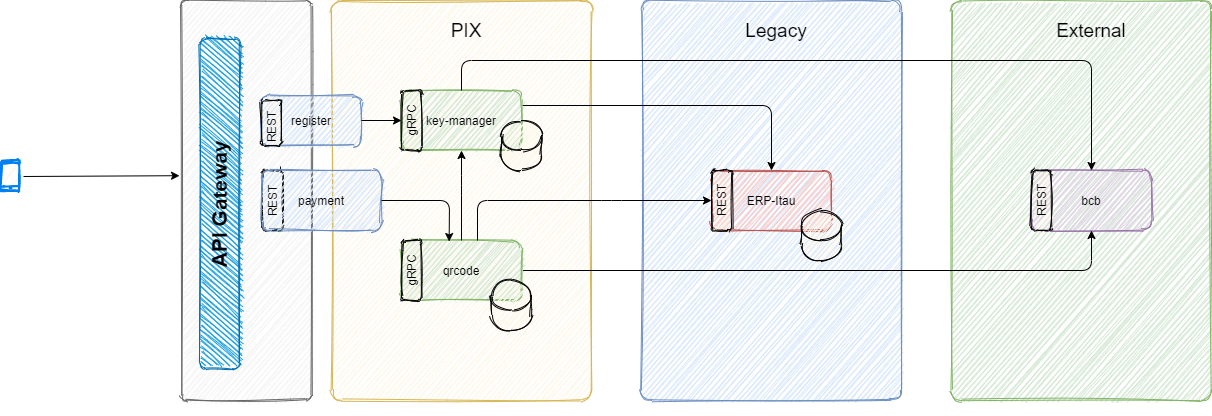
The draw.io diagram recursos/diagramas/PIX.png in rafaellavaccarizup/orange-stack-documentacao, before a commit. Source tidied: cells renumbered, new cells last; positions are measured from the earlier drawing's top-left corner, leaving out a move shared by most shapes.
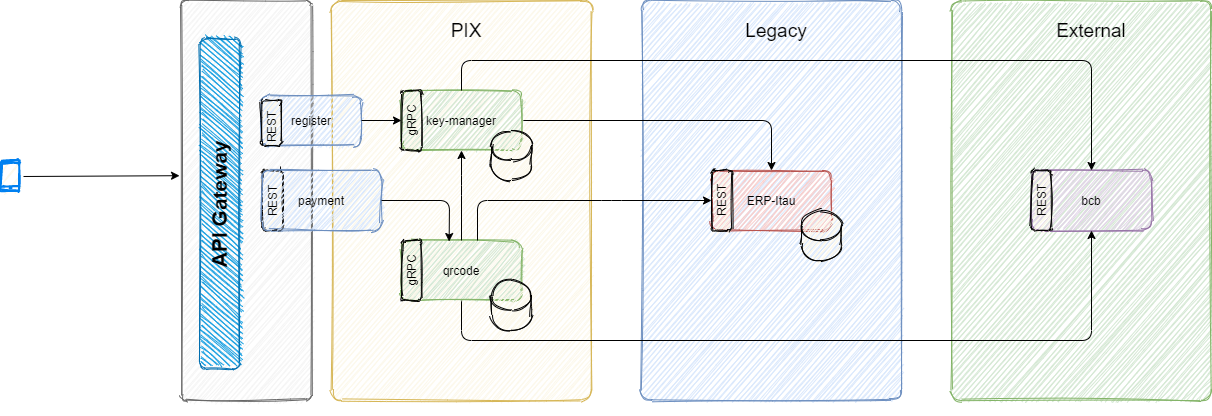
After the change.

Commit message:
ajusta diagrama do PIX novamente;

Diff of the diagram source:
```diff
@@ -20,7 +20,7 @@
     <mxCell id="7" style="rounded=1;whiteSpace=wrap;html=1;arcSize=4;strokeColor=#d6b656;fillColor=#FCF8EB;sketch=1;" parent="1" vertex="1">
       <mxGeometry x="330" width="260" height="400" as="geometry" />
     </mxCell>
-    <mxCell id="8" style="edgeStyle=orthogonalEdgeStyle;rounded=1;jettySize=auto;html=1;exitX=1;exitY=0.25;exitDx=0;exitDy=0;" parent="1" edge="1" source="9" target="13">
+    <mxCell id="8" style="edgeStyle=orthogonalEdgeStyle;rounded=1;jettySize=auto;html=1;exitX=1;exitY=0.5;exitDx=0;exitDy=0;" parent="1" edge="1" source="9" target="13">
       <mxGeometry relative="1" as="geometry" />
     </mxCell>
     <mxCell id="9" value="key-manager" style="rounded=1;whiteSpace=wrap;html=1;fillColor=#d5e8d4;strokeColor=#82b366;sketch=1;" parent="1" vertex="1">
@@ -29,8 +29,13 @@
     <mxCell id="10" value="bcb" style="rounded=1;whiteSpace=wrap;html=1;fillColor=#e1d5e7;strokeColor=#9673a6;sketch=1;" parent="1" vertex="1">
       <mxGeometry x="1030" y="170" width="120" height="60" as="geometry" />
     </mxCell>
-    <mxCell id="11" style="edgeStyle=orthogonalEdgeStyle;rounded=1;jettySize=auto;html=1;exitX=1;exitY=0.5;exitDx=0;exitDy=0;entryX=0.5;entryY=1;entryDx=0;entryDy=0;" parent="1" edge="1" source="12" target="10">
-      <mxGeometry relative="1" as="geometry" />
+    <mxCell id="11" style="edgeStyle=orthogonalEdgeStyle;rounded=1;jettySize=auto;html=1;exitX=0.5;exitY=1;exitDx=0;exitDy=0;entryX=0.5;entryY=1;entryDx=0;entryDy=0;" parent="1" edge="1" source="12" target="10">
+      <mxGeometry relative="1" as="geometry">
+        <Array as="points">
+          <mxPoint x="460" y="340" />
+          <mxPoint x="1090" y="340" />
+        </Array>
+      </mxGeometry>
     </mxCell>
     <mxCell id="12" value="qrcode" style="rounded=1;whiteSpace=wrap;html=1;fillColor=#d5e8d4;strokeColor=#82b366;sketch=1;" parent="1" vertex="1">
       <mxGeometry x="400" y="240" width="120" height="60" as="geometry" />
@@ -78,7 +83,7 @@
       <mxGeometry x="700" y="190" width="40" height="20" as="geometry" />
     </mxCell>
     <mxCell id="27" style="shape=cylinder3;whiteSpace=wrap;html=1;boundedLbl=1;backgroundOutline=1;size=15;sketch=1;fillColor=#FCF8EB;" parent="1" vertex="1">
-      <mxGeometry x="500" y="120" width="40" height="50" as="geometry" />
+      <mxGeometry x="490" y="130" width="40" height="50" as="geometry" />
     </mxCell>
     <mxCell id="28" style="shape=cylinder3;whiteSpace=wrap;html=1;boundedLbl=1;backgroundOutline=1;size=15;sketch=1;fillColor=#FCF8EB;" parent="1" vertex="1">
       <mxGeometry x="490" y="280" width="40" height="50" as="geometry" />
```
